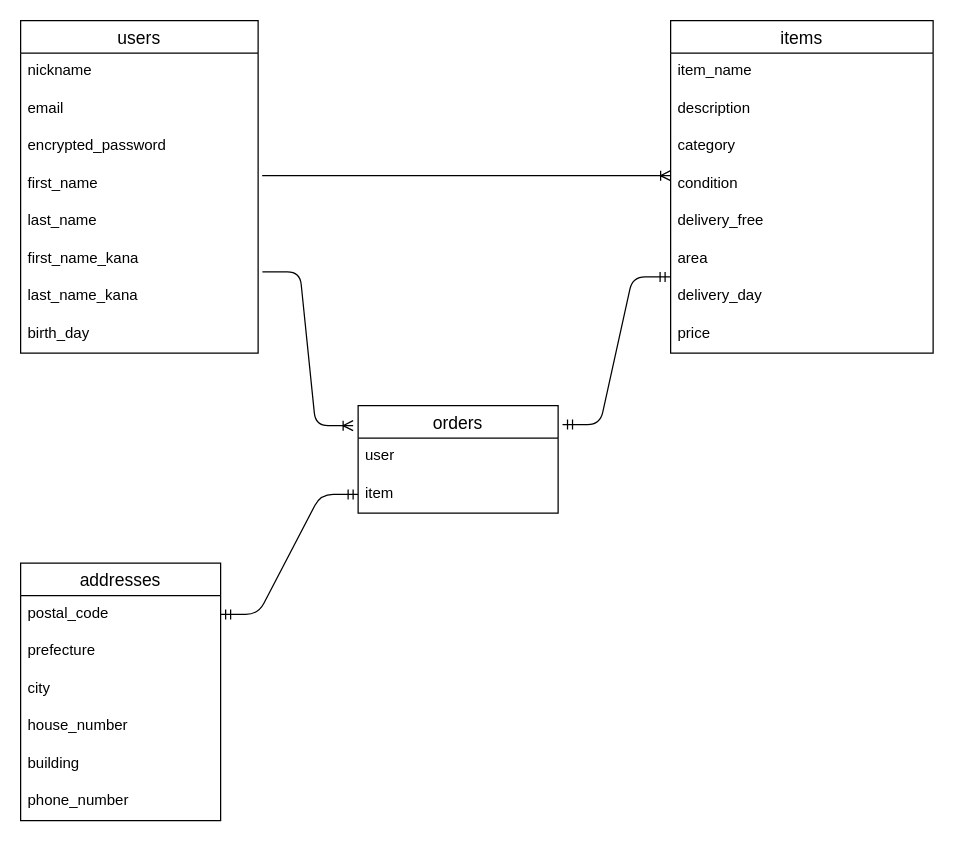
kazu-1987/furima-36349 keeps this draw.io diagram as FURIMA.dio. Above is the earlier version. Source tidied: cells renumbered, new cells numbered last; positions are measured from the earlier drawing's top-left corner, leaving out a move shared by most shapes. Both pictures are drawn from the tidied source at 125%, with x=0, y=0 at pixel (20, 20).
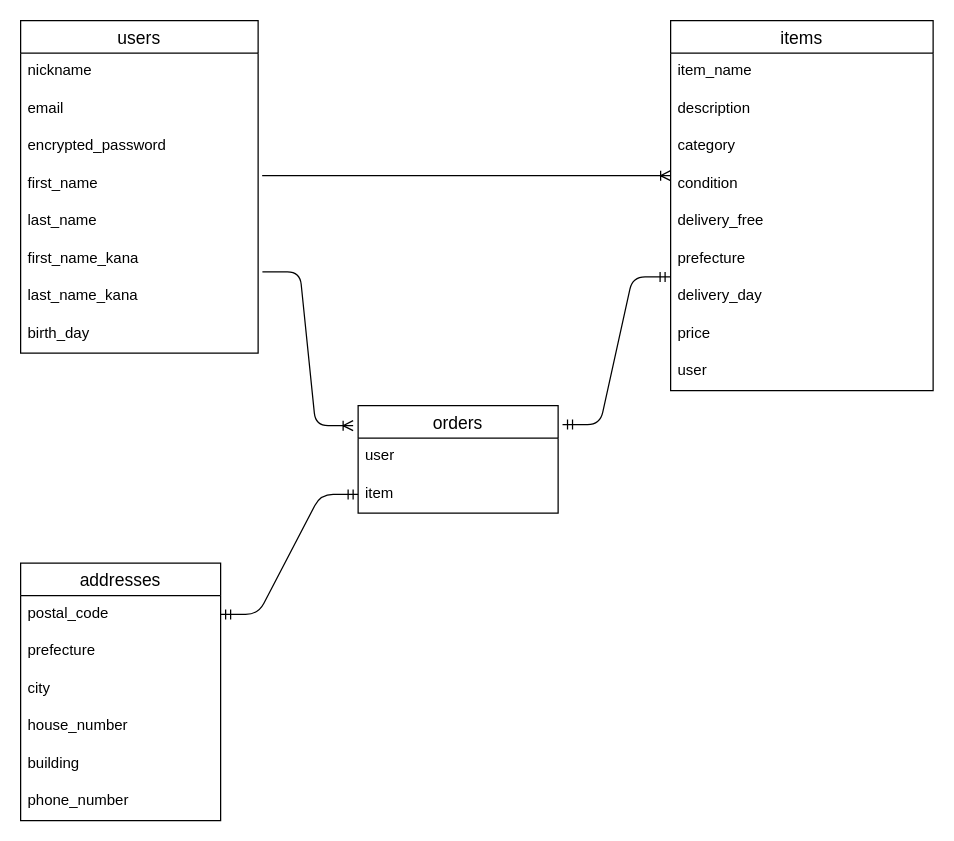
The same diagram, later.

Diff of the diagram source:
```diff
@@
     <mxCell id="11" value="items" style="swimlane;fontStyle=0;horizontal=1;startSize=26;align=center;fontSize=14;" parent="1" vertex="1">
-      <mxGeometry x="520" width="210" height="266" as="geometry" />
+      <mxGeometry x="520" width="210" height="296" as="geometry" />
     </mxCell>
@@
-    <mxCell id="17" value="area" style="text;strokeColor=none;fillColor=none;spacingLeft=4;spacingRight=4;overflow=hidden;fontSize=12;" parent="11" vertex="1">
+    <mxCell id="17" value="prefecture" style="text;strokeColor=none;fillColor=none;spacingLeft=4;spacingRight=4;overflow=hidden;fontSize=12;" parent="11" vertex="1">
       <mxGeometry y="176" width="210" height="30" as="geometry" />
     </mxCell>
@@
+    <mxCell id="34" value="user" style="text;strokeColor=none;fillColor=none;spacingLeft=4;spacingRight=4;overflow=hidden;fontSize=12;" parent="11" vertex="1">
+      <mxGeometry y="266" width="210" height="30" as="geometry" />
+    </mxCell>
```
